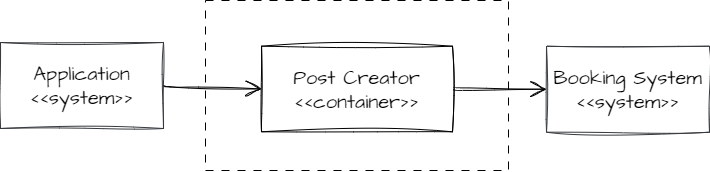
Earlier version of the draw.io export ContainerView/social-media.png (intelligent-growth-solutions/flexibility-fertilisers). Source tidied: cells renumbered, new cells last; positions are measured from the earlier drawing's top-left corner, leaving out a move shared by most shapes.
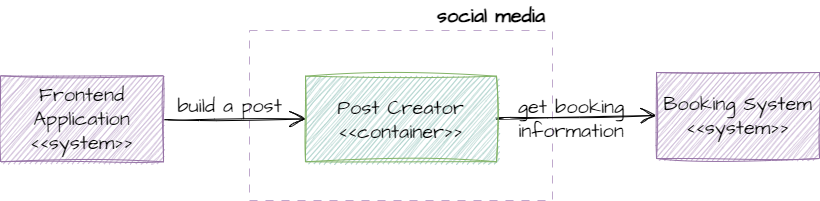
The same file after the commit.

The edit, as a diff of the source:
```diff
@@ -2,23 +2,32 @@
   <root>
     <mxCell id="0" />
     <mxCell id="1" parent="0" />
-    <mxCell id="2" style="rounded=0;whiteSpace=wrap;html=1;hachureGap=4;fontFamily=Architects Daughter;fontSource=https%3A%2F%2Ffonts.googleapis.com%2Fcss%3Ffamily%3DArchitects%2BDaughter;fontSize=20;dashed=1;dashPattern=8 8;" parent="1" vertex="1">
+    <mxCell id="2" style="rounded=0;whiteSpace=wrap;html=1;hachureGap=4;fontFamily=Architects Daughter;fontSource=https%3A%2F%2Ffonts.googleapis.com%2Fcss%3Ffamily%3DArchitects%2BDaughter;fontSize=20;dashed=1;dashPattern=8 8;strokeColor=#BFA8CC;" parent="1" vertex="1">
       <mxGeometry x="205" width="303" height="170" as="geometry" />
     </mxCell>
+    <mxCell id="8" value="get booking &lt;br&gt;information" style="text;strokeColor=none;fillColor=none;html=1;align=center;verticalAlign=middle;whiteSpace=wrap;rounded=0;fontSize=20;fontFamily=Architects Daughter;" parent="1" vertex="1">
+      <mxGeometry x="416" y="73.3" width="222" height="30" as="geometry" />
+    </mxCell>
     <mxCell id="3" style="edgeStyle=none;curved=1;rounded=0;sketch=1;hachureGap=4;jiggle=2;curveFitting=1;jettySize=auto;html=1;exitX=1;exitY=0.5;exitDx=0;exitDy=0;entryX=0;entryY=0.5;entryDx=0;entryDy=0;fontFamily=Architects Daughter;fontSource=https%3A%2F%2Ffonts.googleapis.com%2Fcss%3Ffamily%3DArchitects%2BDaughter;fontSize=16;endArrow=open;startSize=14;endSize=14;sourcePerimeterSpacing=8;targetPerimeterSpacing=8;" parent="1" edge="1" source="4" target="6">
       <mxGeometry relative="1" as="geometry" />
     </mxCell>
-    <mxCell id="4" value="Application&lt;br&gt;&amp;lt;&amp;lt;system&amp;gt;&amp;gt;" style="rounded=0;whiteSpace=wrap;html=1;sketch=1;hachureGap=4;jiggle=2;curveFitting=1;fontFamily=Architects Daughter;fontSource=https%3A%2F%2Ffonts.googleapis.com%2Fcss%3Ffamily%3DArchitects%2BDaughter;fontSize=20;fillColor=none;strokeColor=#36393d;" parent="1" vertex="1">
-      <mxGeometry y="42" width="163" height="86" as="geometry" />
+    <mxCell id="4" value="Frontend&lt;br&gt;Application&lt;br&gt;&amp;lt;&amp;lt;system&amp;gt;&amp;gt;" style="rounded=0;whiteSpace=wrap;html=1;sketch=1;hachureGap=4;jiggle=2;curveFitting=1;fontFamily=Architects Daughter;fontSource=https%3A%2F%2Ffonts.googleapis.com%2Fcss%3Ffamily%3DArchitects%2BDaughter;fontSize=20;fillColor=#BFA8CC;strokeColor=#9673a6;" parent="1" vertex="1">
+      <mxGeometry x="-44" y="45.3" width="163" height="86" as="geometry" />
     </mxCell>
     <mxCell id="5" style="edgeStyle=none;curved=1;rounded=0;sketch=1;hachureGap=4;jiggle=2;curveFitting=1;jettySize=auto;html=1;exitX=1;exitY=0.5;exitDx=0;exitDy=0;entryX=0;entryY=0.5;entryDx=0;entryDy=0;fontFamily=Architects Daughter;fontSource=https%3A%2F%2Ffonts.googleapis.com%2Fcss%3Ffamily%3DArchitects%2BDaughter;fontSize=16;endArrow=open;startSize=14;endSize=14;sourcePerimeterSpacing=8;targetPerimeterSpacing=8;" parent="1" edge="1" source="6" target="7">
       <mxGeometry relative="1" as="geometry" />
     </mxCell>
-    <mxCell id="6" value="Post Creator&lt;br&gt;&amp;lt;&amp;lt;container&amp;gt;&amp;gt;" style="rounded=0;whiteSpace=wrap;html=1;sketch=1;hachureGap=4;jiggle=2;curveFitting=1;fontFamily=Architects Daughter;fontSource=https%3A%2F%2Ffonts.googleapis.com%2Fcss%3Ffamily%3DArchitects%2BDaughter;fontSize=20;" parent="1" vertex="1">
+    <mxCell id="6" value="Post Creator&lt;br&gt;&amp;lt;&amp;lt;container&amp;gt;&amp;gt;" style="rounded=0;whiteSpace=wrap;html=1;sketch=1;hachureGap=4;jiggle=2;curveFitting=1;fontFamily=Architects Daughter;fontSource=https%3A%2F%2Ffonts.googleapis.com%2Fcss%3Ffamily%3DArchitects%2BDaughter;fontSize=20;fillColor=#9AC7BF;strokeColor=#82b366;" parent="1" vertex="1">
       <mxGeometry x="261" y="45.7" width="191" height="85.6" as="geometry" />
     </mxCell>
-    <mxCell id="7" value="Booking System &amp;lt;&amp;lt;system&amp;gt;&amp;gt;" style="rounded=0;whiteSpace=wrap;html=1;sketch=1;hachureGap=4;jiggle=2;curveFitting=1;fontFamily=Architects Daughter;fontSource=https%3A%2F%2Ffonts.googleapis.com%2Fcss%3Ffamily%3DArchitects%2BDaughter;fontSize=20;fillColor=none;strokeColor=#36393d;" parent="1" vertex="1">
-      <mxGeometry x="546" y="45.7" width="163" height="86" as="geometry" />
+    <mxCell id="7" value="Booking System &amp;lt;&amp;lt;system&amp;gt;&amp;gt;" style="rounded=0;whiteSpace=wrap;html=1;sketch=1;hachureGap=4;jiggle=2;curveFitting=1;fontFamily=Architects Daughter;fontSource=https%3A%2F%2Ffonts.googleapis.com%2Fcss%3Ffamily%3DArchitects%2BDaughter;fontSize=20;fillColor=#BFA8CC;strokeColor=#9673a6;" parent="1" vertex="1">
+      <mxGeometry x="612" y="42" width="163" height="86" as="geometry" />
     </mxCell>
+    <mxCell id="9" value="build a post" style="text;strokeColor=none;fillColor=none;html=1;align=center;verticalAlign=middle;whiteSpace=wrap;rounded=0;fontSize=20;fontFamily=Architects Daughter;" parent="1" vertex="1">
+      <mxGeometry x="125" y="60" width="121" height="30" as="geometry" />
+    </mxCell>
+    <mxCell id="10" value="social media" style="text;strokeColor=none;fillColor=none;html=1;align=center;verticalAlign=middle;whiteSpace=wrap;rounded=0;fontSize=20;fontFamily=Architects Daughter;fontStyle=1;" parent="1" vertex="1">
+      <mxGeometry x="385" y="-30" width="124" height="30" as="geometry" />
+    </mxCell>
   </root>
 </mxGraphModel>
```
